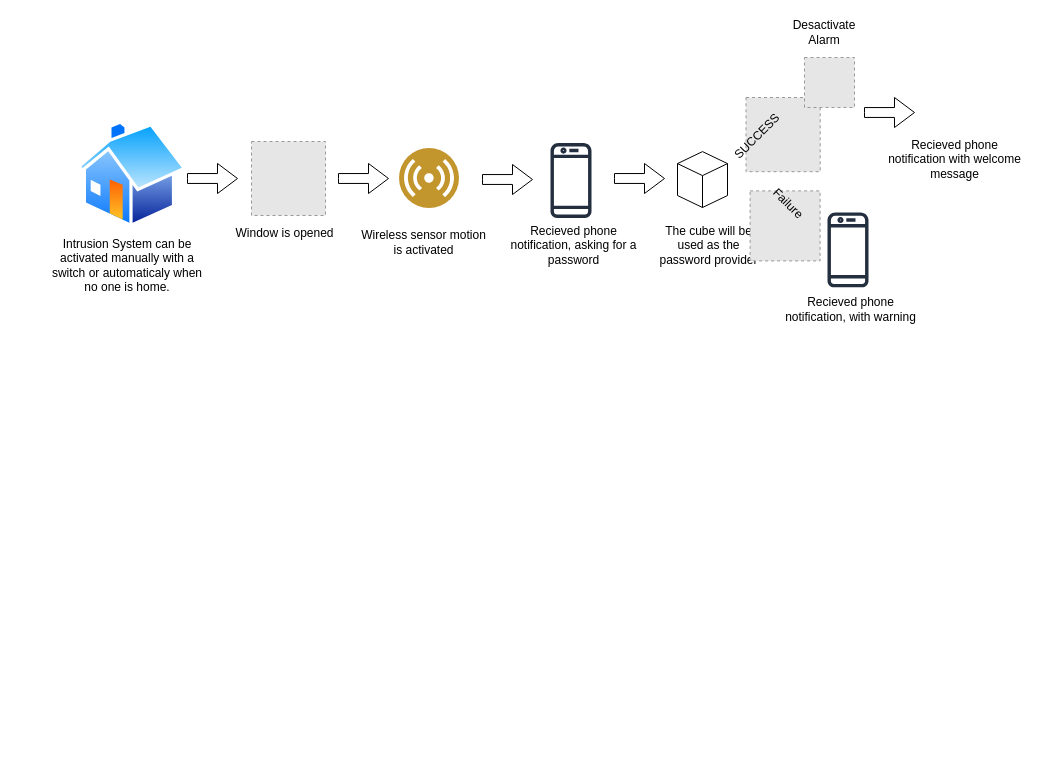
Earlier version of the draw.io diagram Intrusion-Detector.drawio (EL-MAHMOUDI/ER-DIAGRAMS). Source tidied: cells renumbered, new cells numbered last; positions are measured from the earlier drawing's top-left corner, leaving out a move shared by most shapes. Both pictures are drawn from the tidied source at 100%, with x=0, y=0 at pixel (47, 17). Pictures stored in the file or linked from it are replaced by grey dashed boxes.
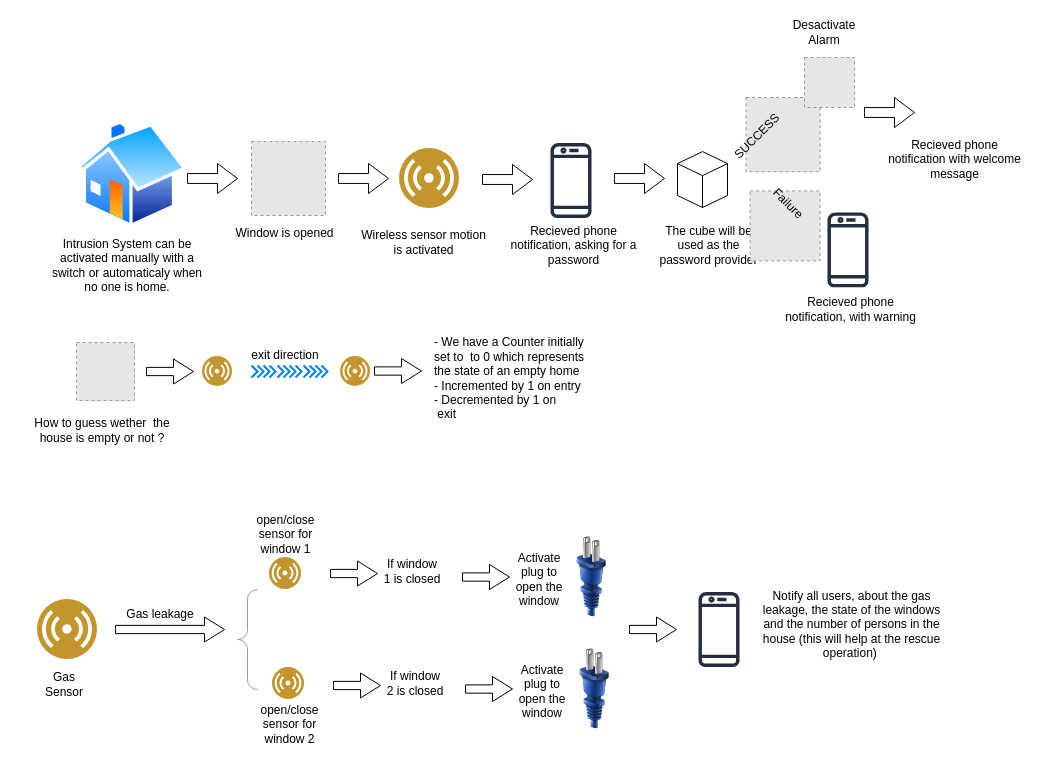
The same diagram, later.

What changed in the source:
```diff
@@
+    <mxCell id="26" style="fillColor=#E6E6E6;strokeColor=#999999;dashed=1;html=1;verticalAlign=top;verticalLabelPosition=bottom;labelBackgroundColor=#ffffff;" parent="1" vertex="1">
+      <mxGeometry x="29" y="325" width="58" height="58" as="geometry" />
+    </mxCell>
+    <mxCell id="27" style="html=1;shadow=0;dashed=0;align=center;verticalAlign=middle;shape=mxgraph.arrows2.arrow;dy=0.67;dx=20;notch=0;" parent="1" vertex="1">
+      <mxGeometry x="99" y="341.5" width="47" height="25" as="geometry" />
+    </mxCell>
+    <mxCell id="28" value="How to guess wether&amp;nbsp; the house is empty or not ?" style="text;html=1;strokeColor=none;fillColor=none;align=center;verticalAlign=middle;whiteSpace=wrap;rounded=0;" parent="1" vertex="1">
+      <mxGeometry x="-30" y="383" width="170" height="60" as="geometry" />
+    </mxCell>
+    <mxCell id="29" style="perimeter=ellipsePerimeter;html=1;align=center;shadow=0;dashed=0;fontColor=#4277BB;labelBackgroundColor=#ffffff;fontSize=12;spacingTop=3;image;image=img/lib/ibm/users/sensor.svg;" parent="1" vertex="1">
+      <mxGeometry x="155" y="339" width="30" height="30" as="geometry" />
+    </mxCell>
+    <mxCell id="30" style="perimeter=ellipsePerimeter;html=1;align=center;shadow=0;dashed=0;fontColor=#4277BB;labelBackgroundColor=#ffffff;fontSize=12;spacingTop=3;image;image=img/lib/ibm/users/sensor.svg;" parent="1" vertex="1">
+      <mxGeometry x="293" y="339" width="30" height="30" as="geometry" />
+    </mxCell>
+    <mxCell id="31" style="html=1;verticalLabelPosition=bottom;labelBackgroundColor=#ffffff;verticalAlign=top;shadow=0;dashed=0;strokeWidth=2;shape=mxgraph.ios7.misc.right;strokeColor=#0080f0;" parent="1" vertex="1">
+      <mxGeometry x="204" y="348" width="6" height="12" as="geometry" />
+    </mxCell>
+    <mxCell id="32" style="html=1;verticalLabelPosition=bottom;labelBackgroundColor=#ffffff;verticalAlign=top;shadow=0;dashed=0;strokeWidth=2;shape=mxgraph.ios7.misc.right;strokeColor=#0080f0;" parent="1" vertex="1">
+      <mxGeometry x="210" y="348" width="6" height="12" as="geometry" />
+    </mxCell>
+    <mxCell id="33" style="html=1;verticalLabelPosition=bottom;labelBackgroundColor=#ffffff;verticalAlign=top;shadow=0;dashed=0;strokeWidth=2;shape=mxgraph.ios7.misc.right;strokeColor=#0080f0;" parent="1" vertex="1">
+      <mxGeometry x="216" y="348" width="6" height="12" as="geometry" />
+    </mxCell>
+    <mxCell id="34" style="html=1;verticalLabelPosition=bottom;labelBackgroundColor=#ffffff;verticalAlign=top;shadow=0;dashed=0;strokeWidth=2;shape=mxgraph.ios7.misc.right;strokeColor=#0080f0;" parent="1" vertex="1">
+      <mxGeometry x="222" y="348" width="6" height="12" as="geometry" />
+    </mxCell>
+    <mxCell id="35" value="exit direction" style="text;html=1;strokeColor=none;fillColor=none;align=center;verticalAlign=middle;whiteSpace=wrap;rounded=0;" parent="1" vertex="1">
+      <mxGeometry x="198" y="323" width="80" height="30" as="geometry" />
+    </mxCell>
+    <mxCell id="36" style="html=1;verticalLabelPosition=bottom;labelBackgroundColor=#ffffff;verticalAlign=top;shadow=0;dashed=0;strokeWidth=2;shape=mxgraph.ios7.misc.right;strokeColor=#0080f0;" parent="1" vertex="1">
+      <mxGeometry x="230" y="348" width="6" height="12" as="geometry" />
+    </mxCell>
+    <mxCell id="37" style="html=1;verticalLabelPosition=bottom;labelBackgroundColor=#ffffff;verticalAlign=top;shadow=0;dashed=0;strokeWidth=2;shape=mxgraph.ios7.misc.right;strokeColor=#0080f0;" parent="1" vertex="1">
+      <mxGeometry x="236" y="348" width="6" height="12" as="geometry" />
+    </mxCell>
+    <mxCell id="38" style="html=1;verticalLabelPosition=bottom;labelBackgroundColor=#ffffff;verticalAlign=top;shadow=0;dashed=0;strokeWidth=2;shape=mxgraph.ios7.misc.right;strokeColor=#0080f0;" parent="1" vertex="1">
+      <mxGeometry x="242" y="348" width="6" height="12" as="geometry" />
+    </mxCell>
+    <mxCell id="39" style="html=1;verticalLabelPosition=bottom;labelBackgroundColor=#ffffff;verticalAlign=top;shadow=0;dashed=0;strokeWidth=2;shape=mxgraph.ios7.misc.right;strokeColor=#0080f0;" parent="1" vertex="1">
+      <mxGeometry x="248" y="348" width="6" height="12" as="geometry" />
+    </mxCell>
+    <mxCell id="40" style="html=1;verticalLabelPosition=bottom;labelBackgroundColor=#ffffff;verticalAlign=top;shadow=0;dashed=0;strokeWidth=2;shape=mxgraph.ios7.misc.right;strokeColor=#0080f0;" parent="1" vertex="1">
+      <mxGeometry x="256" y="348" width="6" height="12" as="geometry" />
+    </mxCell>
+    <mxCell id="41" style="html=1;verticalLabelPosition=bottom;labelBackgroundColor=#ffffff;verticalAlign=top;shadow=0;dashed=0;strokeWidth=2;shape=mxgraph.ios7.misc.right;strokeColor=#0080f0;" parent="1" vertex="1">
+      <mxGeometry x="262" y="348" width="6" height="12" as="geometry" />
+    </mxCell>
+    <mxCell id="42" style="html=1;verticalLabelPosition=bottom;labelBackgroundColor=#ffffff;verticalAlign=top;shadow=0;dashed=0;strokeWidth=2;shape=mxgraph.ios7.misc.right;strokeColor=#0080f0;" parent="1" vertex="1">
+      <mxGeometry x="268" y="348" width="6" height="12" as="geometry" />
+    </mxCell>
+    <mxCell id="43" style="html=1;verticalLabelPosition=bottom;labelBackgroundColor=#ffffff;verticalAlign=top;shadow=0;dashed=0;strokeWidth=2;shape=mxgraph.ios7.misc.right;strokeColor=#0080f0;" parent="1" vertex="1">
+      <mxGeometry x="274" y="348" width="6" height="12" as="geometry" />
+    </mxCell>
+    <mxCell id="44" style="html=1;shadow=0;dashed=0;align=center;verticalAlign=middle;shape=mxgraph.arrows2.arrow;dy=0.67;dx=20;notch=0;" parent="1" vertex="1">
+      <mxGeometry x="327" y="341" width="47" height="25" as="geometry" />
+    </mxCell>
+    <mxCell id="45" value="- We have a Counter initially set to&amp;nbsp; to&amp;nbsp;0 which represents the state of an empty home&lt;br&gt;- Incremented by 1 on entry&lt;br&gt;- Decremented by 1 on&lt;br&gt;&amp;nbsp;exit" style="text;html=1;strokeColor=none;fillColor=none;align=left;verticalAlign=middle;whiteSpace=wrap;rounded=0;" parent="1" vertex="1">
+      <mxGeometry x="384.5" y="345.5" width="169.5" height="30" as="geometry" />
+    </mxCell>
+    <mxCell id="46" style="perimeter=ellipsePerimeter;html=1;align=center;shadow=0;dashed=0;fontColor=#4277BB;labelBackgroundColor=#ffffff;fontSize=12;spacingTop=3;image;image=img/lib/ibm/users/sensor.svg;" parent="1" vertex="1">
+      <mxGeometry x="-10" y="582" width="60" height="60" as="geometry" />
+    </mxCell>
+    <mxCell id="47" value="Gas Sensor" style="text;html=1;strokeColor=none;fillColor=none;align=center;verticalAlign=middle;whiteSpace=wrap;rounded=0;" parent="1" vertex="1">
+      <mxGeometry x="-13" y="652" width="60" height="30" as="geometry" />
+    </mxCell>
+    <mxCell id="48" style="html=1;shadow=0;dashed=0;align=center;verticalAlign=middle;shape=mxgraph.arrows2.arrow;dy=0.67;dx=20;notch=0;" parent="1" vertex="1">
+      <mxGeometry x="68" y="599.5" width="109" height="25" as="geometry" />
+    </mxCell>
+    <mxCell id="49" value="Gas leakage" style="text;html=1;strokeColor=none;fillColor=none;align=center;verticalAlign=middle;whiteSpace=wrap;rounded=0;" parent="1" vertex="1">
+      <mxGeometry x="68" y="582" width="90" height="30" as="geometry" />
+    </mxCell>
+    <mxCell id="50" style="labelPosition=right;align=left;strokeWidth=1;shape=mxgraph.mockup.markup.curlyBrace;html=1;shadow=0;dashed=0;strokeColor=#999999;direction=north;" parent="1" vertex="1">
+      <mxGeometry x="190" y="572" width="20" height="100" as="geometry" />
+    </mxCell>
+    <mxCell id="51" style="perimeter=ellipsePerimeter;html=1;align=center;shadow=0;dashed=0;fontColor=#4277BB;labelBackgroundColor=#ffffff;fontSize=12;spacingTop=3;image;image=img/lib/ibm/users/sensor.svg;" parent="1" vertex="1">
+      <mxGeometry x="222" y="540" width="32" height="32" as="geometry" />
+    </mxCell>
+    <mxCell id="52" style="perimeter=ellipsePerimeter;html=1;align=center;shadow=0;dashed=0;fontColor=#33C6FF;labelBackgroundColor=#ffffff;fontSize=12;spacingTop=3;image;image=img/lib/ibm/users/sensor.svg;" parent="1" vertex="1">
+      <mxGeometry x="225" y="650" width="32" height="32" as="geometry" />
+    </mxCell>
+    <mxCell id="53" value="open/close&lt;br&gt;sensor for window 1" style="text;html=1;strokeColor=none;fillColor=none;align=center;verticalAlign=middle;whiteSpace=wrap;rounded=0;" parent="1" vertex="1">
+      <mxGeometry x="203.5" y="502" width="68.5" height="30" as="geometry" />
+    </mxCell>
+    <mxCell id="54" style="html=1;shadow=0;dashed=0;align=center;verticalAlign=middle;shape=mxgraph.arrows2.arrow;dy=0.67;dx=20;notch=0;" parent="1" vertex="1">
+      <mxGeometry x="283" y="543.5" width="47" height="25" as="geometry" />
+    </mxCell>
+    <mxCell id="55" value="If window 1 is closed" style="text;html=1;strokeColor=none;fillColor=none;align=center;verticalAlign=middle;whiteSpace=wrap;rounded=0;" parent="1" vertex="1">
+      <mxGeometry x="335" y="538.5" width="60" height="30" as="geometry" />
+    </mxCell>
+    <mxCell id="56" value="open/close&lt;br&gt;sensor for window 2" style="text;html=1;strokeColor=none;fillColor=none;align=center;verticalAlign=middle;whiteSpace=wrap;rounded=0;" parent="1" vertex="1">
+      <mxGeometry x="208" y="692" width="68.5" height="30" as="geometry" />
+    </mxCell>
+    <mxCell id="57" style="html=1;shadow=0;dashed=0;align=center;verticalAlign=middle;shape=mxgraph.arrows2.arrow;dy=0.67;dx=20;notch=0;" parent="1" vertex="1">
+      <mxGeometry x="415" y="547" width="47" height="25" as="geometry" />
+    </mxCell>
+    <mxCell id="58" style="image;html=1;image=img/lib/clip_art/general/Plug_128x128.png;align=left;" parent="1" vertex="1">
+      <mxGeometry x="504" y="519.5" width="80" height="80" as="geometry" />
+    </mxCell>
+    <mxCell id="59" value="Activate plug to open the window" style="text;html=1;strokeColor=none;fillColor=none;align=center;verticalAlign=middle;whiteSpace=wrap;rounded=0;" parent="1" vertex="1">
+      <mxGeometry x="462" y="547" width="60" height="30" as="geometry" />
+    </mxCell>
+    <mxCell id="60" style="html=1;shadow=0;dashed=0;align=center;verticalAlign=middle;shape=mxgraph.arrows2.arrow;dy=0.67;dx=20;notch=0;" parent="1" vertex="1">
+      <mxGeometry x="286" y="655.5" width="47" height="25" as="geometry" />
+    </mxCell>
+    <mxCell id="61" value="If window 2 is closed" style="text;html=1;strokeColor=none;fillColor=none;align=center;verticalAlign=middle;whiteSpace=wrap;rounded=0;" parent="1" vertex="1">
+      <mxGeometry x="338" y="650.5" width="60" height="30" as="geometry" />
+    </mxCell>
+    <mxCell id="62" style="html=1;shadow=0;dashed=0;align=center;verticalAlign=middle;shape=mxgraph.arrows2.arrow;dy=0.67;dx=20;notch=0;" parent="1" vertex="1">
+      <mxGeometry x="418" y="659" width="47" height="25" as="geometry" />
+    </mxCell>
+    <mxCell id="63" style="image;html=1;image=img/lib/clip_art/general/Plug_128x128.png;align=left;" parent="1" vertex="1">
+      <mxGeometry x="507" y="631.5" width="80" height="80" as="geometry" />
+    </mxCell>
+    <mxCell id="64" value="Activate plug to open the window" style="text;html=1;strokeColor=none;fillColor=none;align=center;verticalAlign=middle;whiteSpace=wrap;rounded=0;" parent="1" vertex="1">
+      <mxGeometry x="465" y="659" width="60" height="30" as="geometry" />
+    </mxCell>
+    <mxCell id="65" style="html=1;shadow=0;dashed=0;align=center;verticalAlign=middle;shape=mxgraph.arrows2.arrow;dy=0.67;dx=20;notch=0;" parent="1" vertex="1">
+      <mxGeometry x="582" y="599.5" width="47" height="25" as="geometry" />
+    </mxCell>
+    <mxCell id="66" style="sketch=0;fontColor=#232F3E;gradientColor=none;fillColor=#232F3E;strokeColor=none;dashed=0;verticalLabelPosition=bottom;verticalAlign=top;align=center;html=1;fontSize=12;fontStyle=0;shape=mxgraph.aws4.mobile_client;" parent="1" vertex="1">
+      <mxGeometry x="651" y="573" width="41" height="78" as="geometry" />
+    </mxCell>
+    <mxCell id="67" value="Notify all users, about the gas leakage, the state of the windows&lt;br&gt;and the number of persons in the house (this will help at the rescue operation)&amp;nbsp;" style="text;html=1;strokeColor=none;fillColor=none;align=center;verticalAlign=middle;whiteSpace=wrap;rounded=0;" parent="1" vertex="1">
+      <mxGeometry x="712" y="532" width="185" height="150" as="geometry" />
+    </mxCell>
```
